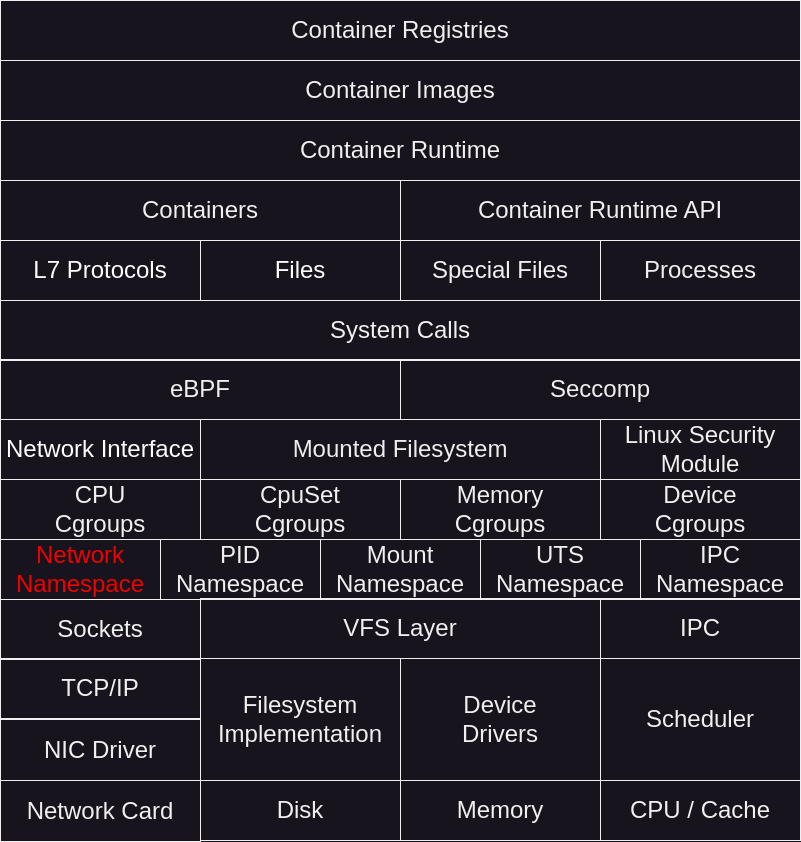
HuzaifaPatel/houdini keeps this draw.io diagram as thesis/diagrams/priv_port.png. Above is the earlier version. Source tidied: cells renumbered, new cells last; positions are measured from the earlier drawing's top-left corner, leaving out a move shared by most shapes. Its diagram source:
```xml
<mxGraphModel>
  <root>
    <mxCell id="0" />
    <mxCell id="1" parent="0" />
    <mxCell id="2" value="&lt;font style=&quot;font-size: 24px;&quot;&gt;Container Registries&lt;/font&gt;" style="rounded=0;whiteSpace=wrap;html=1;fillColor=none;" parent="1" vertex="1">
      <mxGeometry width="800" height="60" as="geometry" />
    </mxCell>
    <mxCell id="3" value="&lt;font style=&quot;font-size: 24px;&quot;&gt;Container Images&lt;/font&gt;" style="rounded=0;whiteSpace=wrap;html=1;fillColor=none;" parent="1" vertex="1">
      <mxGeometry y="60" width="800" height="60" as="geometry" />
    </mxCell>
    <mxCell id="4" value="&lt;font style=&quot;font-size: 24px;&quot;&gt;Container Runtime&lt;/font&gt;" style="rounded=0;whiteSpace=wrap;html=1;fillColor=none;" parent="1" vertex="1">
      <mxGeometry y="120" width="800" height="60" as="geometry" />
    </mxCell>
    <mxCell id="5" value="&lt;font style=&quot;font-size: 24px;&quot;&gt;Containers&lt;/font&gt;" style="rounded=0;whiteSpace=wrap;html=1;fillColor=none;" parent="1" vertex="1">
      <mxGeometry y="180" width="400" height="60" as="geometry" />
    </mxCell>
    <mxCell id="6" value="&lt;font style=&quot;font-size: 24px;&quot;&gt;Container Runtime API&lt;/font&gt;" style="rounded=0;whiteSpace=wrap;html=1;fillColor=none;" parent="1" vertex="1">
      <mxGeometry x="400" y="180" width="400" height="60" as="geometry" />
    </mxCell>
    <mxCell id="7" value="&lt;span style=&quot;font-size: 24px;&quot;&gt;&lt;font color=&quot;#ffffff&quot;&gt;L7 Protocols&lt;/font&gt;&lt;/span&gt;" style="rounded=0;whiteSpace=wrap;html=1;fillColor=none;fontColor=#F00000;" parent="1" vertex="1">
      <mxGeometry y="240" width="200" height="60" as="geometry" />
    </mxCell>
    <mxCell id="8" value="&lt;span style=&quot;font-size: 24px;&quot;&gt;&lt;font color=&quot;#ffffff&quot;&gt;Files&lt;/font&gt;&lt;/span&gt;" style="rounded=0;whiteSpace=wrap;html=1;fillColor=none;fontColor=#F00010;" parent="1" vertex="1">
      <mxGeometry x="200" y="240" width="200" height="60" as="geometry" />
    </mxCell>
    <mxCell id="9" value="&lt;span style=&quot;font-size: 24px;&quot;&gt;Special Files&lt;/span&gt;" style="rounded=0;whiteSpace=wrap;html=1;fillColor=none;" parent="1" vertex="1">
      <mxGeometry x="400" y="240" width="200" height="60" as="geometry" />
    </mxCell>
    <mxCell id="10" value="&lt;span style=&quot;font-size: 24px;&quot;&gt;Processes&lt;/span&gt;" style="rounded=0;whiteSpace=wrap;html=1;fillColor=none;" parent="1" vertex="1">
      <mxGeometry x="600" y="240" width="200" height="60" as="geometry" />
    </mxCell>
    <mxCell id="11" value="&lt;div&gt;&lt;span style=&quot;font-size: 24px;&quot;&gt;CPU&lt;/span&gt;&lt;/div&gt;&lt;span style=&quot;font-size: 24px;&quot;&gt;Cgroups&lt;/span&gt;" style="rounded=0;whiteSpace=wrap;html=1;fillColor=none;" parent="1" vertex="1">
      <mxGeometry y="479" width="200" height="60" as="geometry" />
    </mxCell>
    <mxCell id="12" value="&lt;span style=&quot;font-size: 24px;&quot;&gt;&lt;font color=&quot;#ffffff&quot;&gt;Network Interface&lt;/font&gt;&lt;/span&gt;" style="rounded=0;whiteSpace=wrap;html=1;fillColor=none;fontColor=#F00212;" parent="1" vertex="1">
      <mxGeometry y="419" width="200" height="60" as="geometry" />
    </mxCell>
    <mxCell id="13" value="&lt;span style=&quot;font-size: 24px;&quot;&gt;Mounted Filesystem&lt;/span&gt;" style="rounded=0;whiteSpace=wrap;html=1;fillColor=none;fontColor=#F0EBEC;" parent="1" vertex="1">
      <mxGeometry x="200" y="419" width="400" height="60" as="geometry" />
    </mxCell>
    <mxCell id="14" value="&lt;span style=&quot;font-size: 24px;&quot;&gt;Linux Security Module&lt;/span&gt;" style="rounded=0;whiteSpace=wrap;html=1;fillColor=none;" parent="1" vertex="1">
      <mxGeometry x="600" y="419" width="200" height="60" as="geometry" />
    </mxCell>
    <mxCell id="15" value="&lt;span style=&quot;font-size: 24px;&quot;&gt;Sockets&lt;/span&gt;" style="rounded=0;whiteSpace=wrap;html=1;fillColor=none;" parent="1" vertex="1">
      <mxGeometry y="599" width="200" height="60" as="geometry" />
    </mxCell>
    <mxCell id="16" value="&lt;span style=&quot;font-size: 24px;&quot;&gt;VFS Layer&lt;/span&gt;" style="rounded=0;whiteSpace=wrap;html=1;fillColor=none;" parent="1" vertex="1">
      <mxGeometry x="200" y="598" width="400" height="60" as="geometry" />
    </mxCell>
    <mxCell id="17" value="&lt;span style=&quot;font-size: 24px;&quot;&gt;IPC&lt;/span&gt;" style="rounded=0;whiteSpace=wrap;html=1;fillColor=none;" parent="1" vertex="1">
      <mxGeometry x="600" y="598" width="200" height="60" as="geometry" />
    </mxCell>
    <mxCell id="18" value="&lt;span style=&quot;font-size: 24px;&quot;&gt;Network&lt;/span&gt;&lt;div&gt;&lt;span style=&quot;font-size: 24px;&quot;&gt;Namespace&lt;/span&gt;&lt;/div&gt;" style="rounded=0;whiteSpace=wrap;html=1;fillColor=none;fontColor=#F00000;" parent="1" vertex="1">
      <mxGeometry y="539" width="160" height="60" as="geometry" />
    </mxCell>
    <mxCell id="19" value="&lt;span style=&quot;font-size: 24px;&quot;&gt;TCP/IP&lt;/span&gt;" style="rounded=0;whiteSpace=wrap;html=1;fillColor=none;" parent="1" vertex="1">
      <mxGeometry y="658" width="200" height="60" as="geometry" />
    </mxCell>
    <mxCell id="20" value="&lt;span style=&quot;font-size: 24px;&quot;&gt;NIC Driver&lt;/span&gt;" style="rounded=0;whiteSpace=wrap;html=1;fillColor=none;" parent="1" vertex="1">
      <mxGeometry y="719" width="200" height="61" as="geometry" />
    </mxCell>
    <mxCell id="21" value="&lt;span style=&quot;font-size: 24px;&quot;&gt;Scheduler&lt;/span&gt;" style="rounded=0;whiteSpace=wrap;html=1;fillColor=none;" parent="1" vertex="1">
      <mxGeometry x="600" y="658" width="200" height="122" as="geometry" />
    </mxCell>
    <mxCell id="22" value="&lt;span style=&quot;font-size: 24px;&quot;&gt;Filesystem&lt;/span&gt;&lt;div&gt;&lt;span style=&quot;font-size: 24px;&quot;&gt;Implementation&lt;/span&gt;&lt;/div&gt;" style="rounded=0;whiteSpace=wrap;html=1;fillColor=none;" parent="1" vertex="1">
      <mxGeometry x="200" y="658" width="200" height="122" as="geometry" />
    </mxCell>
    <mxCell id="23" value="&lt;span style=&quot;font-size: 24px;&quot;&gt;Device&lt;/span&gt;&lt;div&gt;&lt;span style=&quot;font-size: 24px;&quot;&gt;Drivers&lt;/span&gt;&lt;/div&gt;" style="rounded=0;whiteSpace=wrap;html=1;fillColor=none;" parent="1" vertex="1">
      <mxGeometry x="400" y="658" width="200" height="122" as="geometry" />
    </mxCell>
    <mxCell id="24" value="&lt;span style=&quot;font-size: 24px;&quot;&gt;Network Card&lt;/span&gt;" style="rounded=0;whiteSpace=wrap;html=1;fillColor=none;" parent="1" vertex="1">
      <mxGeometry y="780" width="200" height="61" as="geometry" />
    </mxCell>
    <mxCell id="25" value="&lt;span style=&quot;font-size: 24px;&quot;&gt;Disk&lt;/span&gt;" style="rounded=0;whiteSpace=wrap;html=1;fillColor=none;" parent="1" vertex="1">
      <mxGeometry x="200" y="780" width="200" height="60" as="geometry" />
    </mxCell>
    <mxCell id="26" value="&lt;span style=&quot;font-size: 24px;&quot;&gt;Memory&lt;/span&gt;" style="rounded=0;whiteSpace=wrap;html=1;fillColor=none;" parent="1" vertex="1">
      <mxGeometry x="400" y="780" width="200" height="60" as="geometry" />
    </mxCell>
    <mxCell id="27" value="&lt;span style=&quot;font-size: 24px;&quot;&gt;CPU / Cache&lt;/span&gt;" style="rounded=0;whiteSpace=wrap;html=1;fillColor=none;" parent="1" vertex="1">
      <mxGeometry x="600" y="780" width="200" height="60" as="geometry" />
    </mxCell>
    <mxCell id="28" value="&lt;font style=&quot;font-size: 24px;&quot;&gt;System Calls&lt;/font&gt;" style="rounded=0;whiteSpace=wrap;html=1;fillColor=none;" parent="1" vertex="1">
      <mxGeometry y="300" width="800" height="60" as="geometry" />
    </mxCell>
    <mxCell id="29" value="&lt;font style=&quot;font-size: 24px;&quot;&gt;Seccomp&lt;/font&gt;" style="rounded=0;whiteSpace=wrap;html=1;fillColor=none;" parent="1" vertex="1">
      <mxGeometry x="400" y="359" width="400" height="60" as="geometry" />
    </mxCell>
    <mxCell id="30" value="&lt;font style=&quot;font-size: 24px;&quot;&gt;eBPF&lt;/font&gt;" style="rounded=0;whiteSpace=wrap;html=1;fillColor=none;" parent="1" vertex="1">
      <mxGeometry y="359" width="400" height="60" as="geometry" />
    </mxCell>
    <mxCell id="31" value="&lt;span style=&quot;font-size: 24px;&quot;&gt;IPC&lt;/span&gt;&lt;div&gt;&lt;span style=&quot;font-size: 24px;&quot;&gt;Namespace&lt;/span&gt;&lt;/div&gt;" style="rounded=0;whiteSpace=wrap;html=1;fillColor=none;" parent="1" vertex="1">
      <mxGeometry x="640" y="539" width="160" height="60" as="geometry" />
    </mxCell>
    <mxCell id="32" value="&lt;span style=&quot;font-size: 24px;&quot;&gt;Mount&lt;/span&gt;&lt;div&gt;&lt;span style=&quot;font-size: 24px;&quot;&gt;Namespace&lt;/span&gt;&lt;/div&gt;" style="rounded=0;whiteSpace=wrap;html=1;fillColor=none;" parent="1" vertex="1">
      <mxGeometry x="320" y="539" width="160" height="60" as="geometry" />
    </mxCell>
    <mxCell id="33" value="&lt;span style=&quot;font-size: 24px;&quot;&gt;UTS&lt;/span&gt;&lt;div&gt;&lt;span style=&quot;font-size: 24px;&quot;&gt;Namespace&lt;/span&gt;&lt;/div&gt;" style="rounded=0;whiteSpace=wrap;html=1;fillColor=none;" parent="1" vertex="1">
      <mxGeometry x="480" y="539" width="160" height="60" as="geometry" />
    </mxCell>
    <mxCell id="34" value="&lt;span style=&quot;font-size: 24px;&quot;&gt;PID&lt;/span&gt;&lt;div&gt;&lt;span style=&quot;font-size: 24px;&quot;&gt;Namespace&lt;/span&gt;&lt;/div&gt;" style="rounded=0;whiteSpace=wrap;html=1;fillColor=none;" parent="1" vertex="1">
      <mxGeometry x="160" y="539" width="160" height="60" as="geometry" />
    </mxCell>
    <mxCell id="35" value="&lt;div&gt;&lt;span style=&quot;font-size: 24px;&quot;&gt;CpuSet&lt;/span&gt;&lt;/div&gt;&lt;span style=&quot;font-size: 24px;&quot;&gt;Cgroups&lt;/span&gt;" style="rounded=0;whiteSpace=wrap;html=1;fillColor=none;" parent="1" vertex="1">
      <mxGeometry x="200" y="479" width="200" height="60" as="geometry" />
    </mxCell>
    <mxCell id="36" value="&lt;div&gt;&lt;span style=&quot;font-size: 24px;&quot;&gt;Memory&lt;/span&gt;&lt;/div&gt;&lt;span style=&quot;font-size: 24px;&quot;&gt;Cgroups&lt;/span&gt;" style="rounded=0;whiteSpace=wrap;html=1;fillColor=none;" parent="1" vertex="1">
      <mxGeometry x="400" y="479" width="200" height="60" as="geometry" />
    </mxCell>
    <mxCell id="37" value="&lt;div&gt;&lt;span style=&quot;font-size: 24px;&quot;&gt;Device&lt;/span&gt;&lt;/div&gt;&lt;span style=&quot;font-size: 24px;&quot;&gt;Cgroups&lt;/span&gt;" style="rounded=0;whiteSpace=wrap;html=1;fillColor=none;" parent="1" vertex="1">
      <mxGeometry x="600" y="479" width="200" height="60" as="geometry" />
    </mxCell>
  </root>
</mxGraphModel>
```
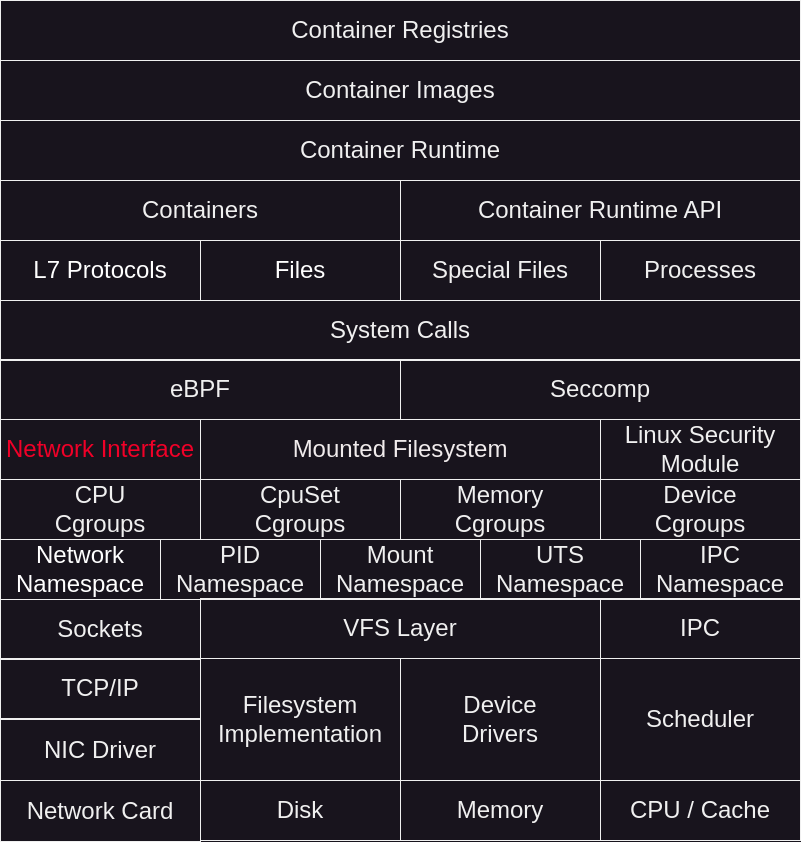
After the commit.

Diff of the diagram source:
```diff
@@ -32,7 +32,7 @@
     <mxCell id="11" value="&lt;div&gt;&lt;span style=&quot;font-size: 24px;&quot;&gt;CPU&lt;/span&gt;&lt;/div&gt;&lt;span style=&quot;font-size: 24px;&quot;&gt;Cgroups&lt;/span&gt;" style="rounded=0;whiteSpace=wrap;html=1;fillColor=none;" parent="1" vertex="1">
       <mxGeometry y="479" width="200" height="60" as="geometry" />
     </mxCell>
-    <mxCell id="12" value="&lt;span style=&quot;font-size: 24px;&quot;&gt;&lt;font color=&quot;#ffffff&quot;&gt;Network Interface&lt;/font&gt;&lt;/span&gt;" style="rounded=0;whiteSpace=wrap;html=1;fillColor=none;fontColor=#F00212;" parent="1" vertex="1">
+    <mxCell id="12" value="&lt;span style=&quot;font-size: 24px;&quot;&gt;&lt;font color=&quot;#f00028&quot;&gt;Network Interface&lt;/font&gt;&lt;/span&gt;" style="rounded=0;whiteSpace=wrap;html=1;fillColor=none;fontColor=#F00212;" parent="1" vertex="1">
       <mxGeometry y="419" width="200" height="60" as="geometry" />
     </mxCell>
     <mxCell id="13" value="&lt;span style=&quot;font-size: 24px;&quot;&gt;Mounted Filesystem&lt;/span&gt;" style="rounded=0;whiteSpace=wrap;html=1;fillColor=none;fontColor=#F0EBEC;" parent="1" vertex="1">
@@ -50,7 +50,7 @@
     <mxCell id="17" value="&lt;span style=&quot;font-size: 24px;&quot;&gt;IPC&lt;/span&gt;" style="rounded=0;whiteSpace=wrap;html=1;fillColor=none;" parent="1" vertex="1">
       <mxGeometry x="600" y="598" width="200" height="60" as="geometry" />
     </mxCell>
-    <mxCell id="18" value="&lt;span style=&quot;font-size: 24px;&quot;&gt;Network&lt;/span&gt;&lt;div&gt;&lt;span style=&quot;font-size: 24px;&quot;&gt;Namespace&lt;/span&gt;&lt;/div&gt;" style="rounded=0;whiteSpace=wrap;html=1;fillColor=none;fontColor=#F00000;" parent="1" vertex="1">
+    <mxCell id="18" value="&lt;span style=&quot;font-size: 24px;&quot;&gt;&lt;font color=&quot;#ffffff&quot;&gt;Network&lt;/font&gt;&lt;/span&gt;&lt;div&gt;&lt;span style=&quot;font-size: 24px;&quot;&gt;&lt;font color=&quot;#ffffff&quot;&gt;Namespace&lt;/font&gt;&lt;/span&gt;&lt;/div&gt;" style="rounded=0;whiteSpace=wrap;html=1;fillColor=none;fontColor=#F00000;" parent="1" vertex="1">
       <mxGeometry y="539" width="160" height="60" as="geometry" />
     </mxCell>
     <mxCell id="19" value="&lt;span style=&quot;font-size: 24px;&quot;&gt;TCP/IP&lt;/span&gt;" style="rounded=0;whiteSpace=wrap;html=1;fillColor=none;" parent="1" vertex="1">
```
